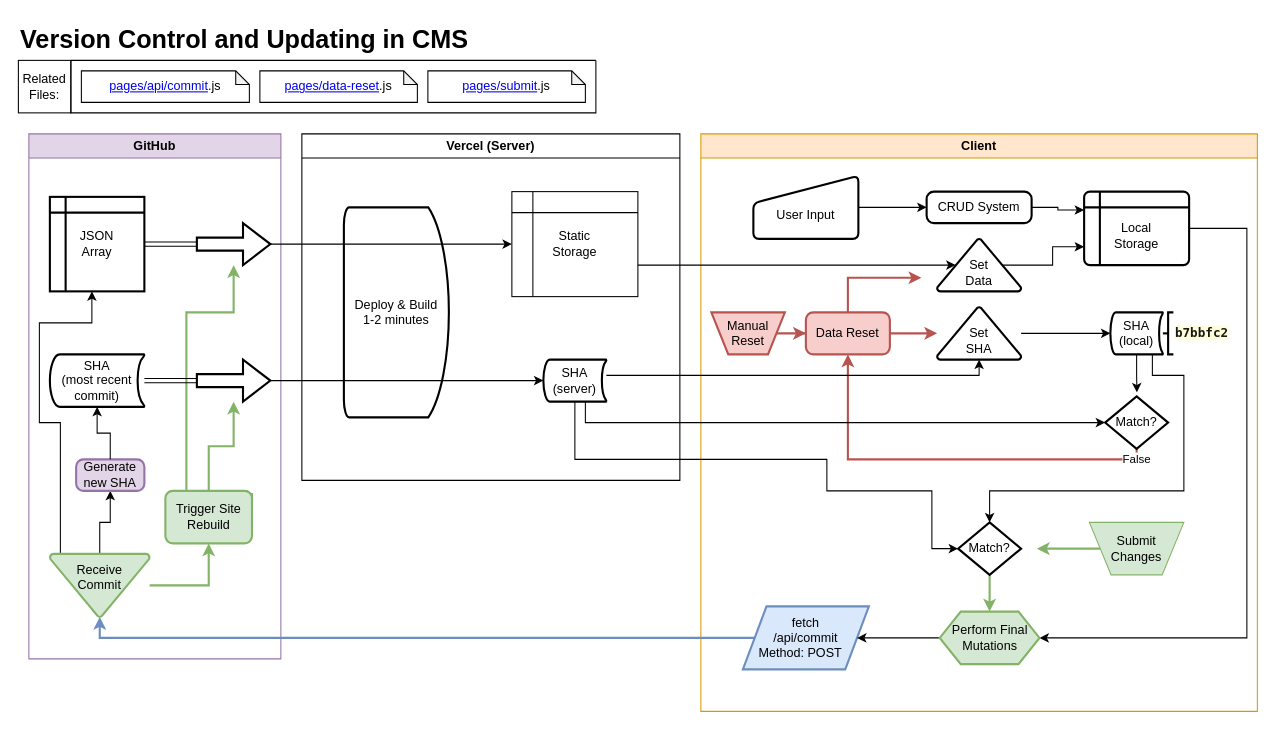
The draw.io diagram Version_Control.drawio in macglencoe/diagrams, before the edit. Source tidied: cells renumbered, new cells numbered last; positions are measured from the earlier drawing's top-left corner, leaving out a move shared by most shapes. Both pictures are drawn from the tidied source at 105%, with x=0, y=0 at pixel (18, 18).
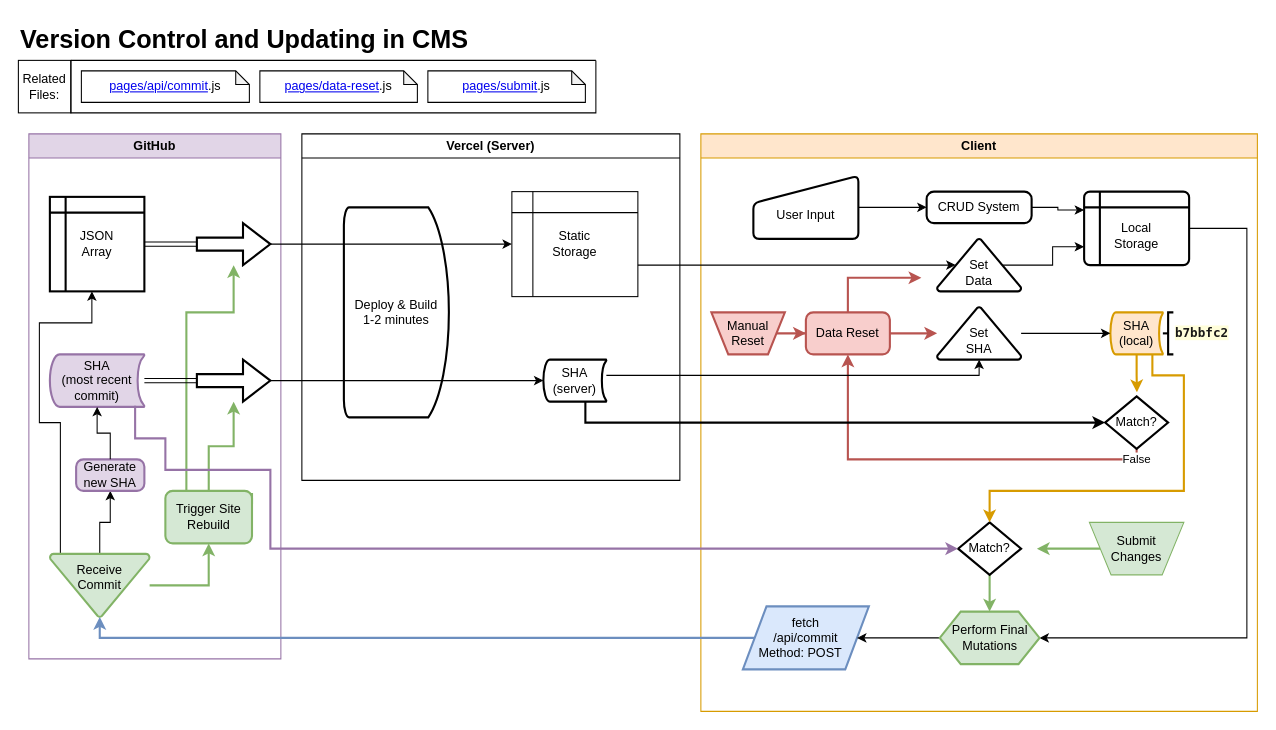
The same diagram, later.

Unchanged cells that the change refers to:
```xml
<mxCell id="8" value="GitHub" style="swimlane;whiteSpace=wrap;html=1;fillColor=#e1d5e7;strokeColor=#9673a6;" parent="1" vertex="1">
  <mxGeometry x="10" y="110" width="240" height="500" as="geometry" />
</mxCell>
<mxCell id="22" value="Generate new SHA" style="rounded=1;whiteSpace=wrap;html=1;absoluteArcSize=1;arcSize=14;strokeWidth=2;fillColor=#e1d5e7;strokeColor=#9673a6;" parent="8" vertex="1">
  <mxGeometry x="45" y="310" width="65" height="30" as="geometry" />
</mxCell>
<mxCell id="26" value="SHA&lt;div&gt;(server)&lt;/div&gt;" style="strokeWidth=2;html=1;shape=mxgraph.flowchart.stored_data;whiteSpace=wrap;" parent="24" vertex="1">
  <mxGeometry x="230" y="215" width="60" height="40" as="geometry" />
</mxCell>
<mxCell id="28" value="Client" style="swimlane;whiteSpace=wrap;html=1;fillColor=#ffe6cc;strokeColor=#d79b00;" parent="1" vertex="1">
  <mxGeometry x="650" y="110" width="530" height="550" as="geometry" />
</mxCell>
<mxCell id="39" value="Match?" style="strokeWidth=2;html=1;shape=mxgraph.flowchart.decision;whiteSpace=wrap;" parent="28" vertex="1">
  <mxGeometry x="385" y="250" width="60" height="50" as="geometry" />
</mxCell>
<mxCell id="52" value="Match?" style="strokeWidth=2;html=1;shape=mxgraph.flowchart.decision;whiteSpace=wrap;" parent="28" vertex="1">
  <mxGeometry x="245" y="370" width="60" height="50" as="geometry" />
</mxCell>
```

The edit, as a diff of the source:
```diff
@@
-    <mxCell id="9" value="SHA&lt;div&gt;(most recent commit)&lt;/div&gt;" style="strokeWidth=2;html=1;shape=mxgraph.flowchart.stored_data;whiteSpace=wrap;" parent="8" vertex="1">
+    <mxCell id="9" value="SHA&lt;div&gt;(most recent commit)&lt;/div&gt;" style="strokeWidth=2;html=1;shape=mxgraph.flowchart.stored_data;whiteSpace=wrap;fillColor=#e1d5e7;strokeColor=#9673a6;" parent="8" vertex="1">
       <mxGeometry x="20" y="210" width="90" height="50" as="geometry" />
     </mxCell>
@@
-    <mxCell id="23" style="edgeStyle=orthogonalEdgeStyle;rounded=0;jettySize=auto;html=1;entryX=0.5;entryY=1;entryDx=0;entryDy=0;entryPerimeter=0;" parent="8" edge="1" source="22" target="9">
+    <mxCell id="23" style="edgeStyle=orthogonalEdgeStyle;rounded=0;jettySize=auto;html=1;entryX=0.5;entryY=1;entryDx=0;entryDy=0;entryPerimeter=0;strokeWidth=1;" parent="8" edge="1" source="22" target="9">
       <mxGeometry relative="1" as="geometry" />
     </mxCell>
@@
-    <mxCell id="35" value="SHA&lt;div&gt;(local)&lt;/div&gt;" style="strokeWidth=2;html=1;shape=mxgraph.flowchart.stored_data;whiteSpace=wrap;" parent="28" vertex="1">
+    <mxCell id="35" value="SHA&lt;div&gt;(local)&lt;/div&gt;" style="strokeWidth=2;html=1;shape=mxgraph.flowchart.stored_data;whiteSpace=wrap;fillColor=#ffe6cc;strokeColor=#d79b00;" parent="28" vertex="1">
       <mxGeometry x="390" y="170" width="50" height="40" as="geometry" />
     </mxCell>
@@
-    <mxCell id="40" style="edgeStyle=orthogonalEdgeStyle;rounded=0;jettySize=auto;html=1;entryX=0.505;entryY=-0.077;entryDx=0;entryDy=0;entryPerimeter=0;" parent="28" edge="1" source="35" target="39">
+    <mxCell id="40" style="edgeStyle=orthogonalEdgeStyle;rounded=0;jettySize=auto;html=1;entryX=0.505;entryY=-0.077;entryDx=0;entryDy=0;entryPerimeter=0;fillColor=#ffe6cc;strokeColor=#d79b00;strokeWidth=2;" parent="28" edge="1" source="35" target="39">
       <mxGeometry relative="1" as="geometry" />
     </mxCell>
@@
-    <mxCell id="53" style="edgeStyle=orthogonalEdgeStyle;rounded=0;jettySize=auto;html=1;entryX=0.5;entryY=0;entryDx=0;entryDy=0;entryPerimeter=0;" parent="28" edge="1" source="35" target="52">
+    <mxCell id="53" style="edgeStyle=orthogonalEdgeStyle;rounded=0;jettySize=auto;html=1;entryX=0.5;entryY=0;entryDx=0;entryDy=0;entryPerimeter=0;fillColor=#ffe6cc;strokeColor=#d79b00;strokeWidth=2;" parent="28" edge="1" source="35" target="52">
       <mxGeometry relative="1" as="geometry">
         <Array as="points">
           <mxPoint x="430" y="230" />
           <mxPoint x="460" y="230" />
           <mxPoint x="460" y="340" />
           <mxPoint x="275" y="340" />
         </Array>
       </mxGeometry>
     </mxCell>
@@
-    <mxCell id="57" style="edgeStyle=orthogonalEdgeStyle;rounded=0;jettySize=auto;html=1;entryX=0;entryY=0.5;entryDx=0;entryDy=0;entryPerimeter=0;" parent="1" edge="1" source="26" target="39">
+    <mxCell id="57" style="edgeStyle=orthogonalEdgeStyle;rounded=0;jettySize=auto;html=1;entryX=0;entryY=0.5;entryDx=0;entryDy=0;entryPerimeter=0;strokeWidth=2;" parent="1" edge="1" source="26" target="39">
       <mxGeometry relative="1" as="geometry">
         <Array as="points">
           <mxPoint x="540" y="385" />
         </Array>
       </mxGeometry>
     </mxCell>
@@
-    <mxCell id="60" style="edgeStyle=orthogonalEdgeStyle;rounded=0;jettySize=auto;html=1;entryX=0;entryY=0.5;entryDx=0;entryDy=0;entryPerimeter=0;" parent="1" edge="1" source="26" target="52">
-      <mxGeometry relative="1" as="geometry">
-        <Array as="points">
-          <mxPoint x="530" y="420" />
-          <mxPoint x="770" y="420" />
-          <mxPoint x="770" y="450" />
-          <mxPoint x="870" y="450" />
-          <mxPoint x="870" y="505" />
-        </Array>
-      </mxGeometry>
-    </mxCell>
@@
+    <mxCell id="64" style="edgeStyle=orthogonalEdgeStyle;rounded=0;jettySize=auto;html=1;entryX=0;entryY=0.5;entryDx=0;entryDy=0;entryPerimeter=0;exitX=0.902;exitY=0.98;exitDx=0;exitDy=0;exitPerimeter=0;fillColor=#e1d5e7;strokeColor=#9673a6;strokeWidth=2;" parent="1" edge="1" source="9" target="52">
+      <mxGeometry relative="1" as="geometry">
+        <Array as="points">
+          <mxPoint x="111" y="400" />
+          <mxPoint x="140" y="400" />
+          <mxPoint x="140" y="430" />
+          <mxPoint x="240" y="430" />
+          <mxPoint x="240" y="505" />
+        </Array>
+      </mxGeometry>
+    </mxCell>
```
